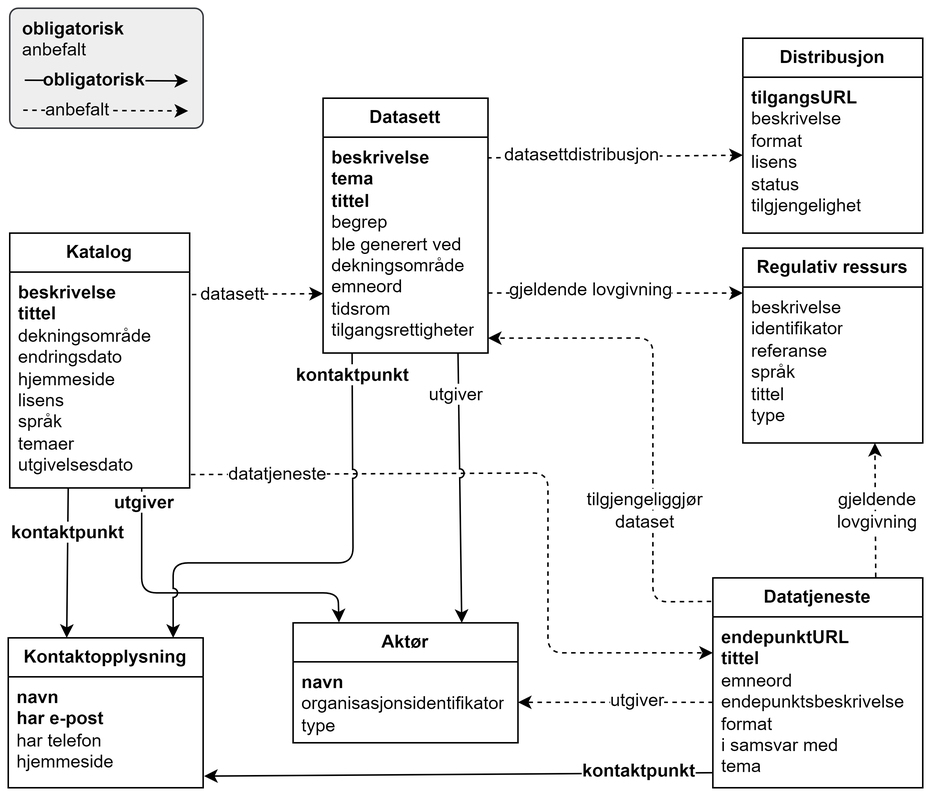
Earlier version of the draw.io export docs/images/DCAT-AP-NO-forenklet-fremstilling.png (Informasjonsforvaltning/dcat-ap-no). Source tidied: cells renumbered, new cells last; positions are measured from the earlier drawing's top-left corner, leaving out a move shared by most shapes.
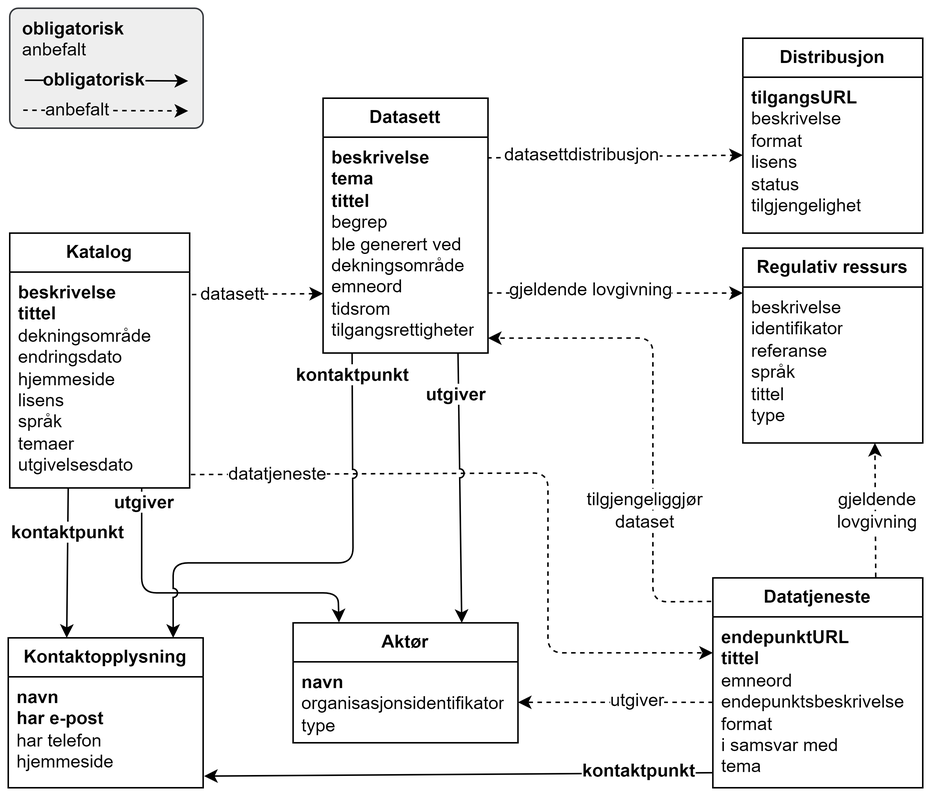
Above is the later version.

Commit message:
Oppdaterer tegning Forenklet fremstilling

Change to the diagram source:
```diff
@@ -75,7 +75,7 @@
         <mxPoint x="300" y="230" as="sourcePoint" />
       </mxGeometry>
     </mxCell>
-    <mxCell id="21" value="&lt;div&gt;&lt;span style=&quot;background-color: rgb(255, 255, 255);&quot;&gt;utgiver&lt;/span&gt;&lt;/div&gt;" style="text;html=1;align=center;verticalAlign=middle;whiteSpace=wrap;rounded=0;" parent="1" vertex="1">
+    <mxCell id="21" value="&lt;div&gt;&lt;span style=&quot;background-color: rgb(255, 255, 255);&quot;&gt;&lt;b&gt;utgiver&lt;/b&gt;&lt;/span&gt;&lt;/div&gt;" style="text;html=1;align=center;verticalAlign=middle;whiteSpace=wrap;rounded=0;" parent="1" vertex="1">
       <mxGeometry x="269" y="243" width="60" height="30" as="geometry" />
     </mxCell>
     <mxCell id="22" value="&lt;b&gt;Distribusjon&lt;/b&gt;" style="swimlane;fontStyle=0;horizontal=1;startSize=26;fillColor=none;whiteSpace=wrap;html=1;" parent="1" vertex="1">
```
